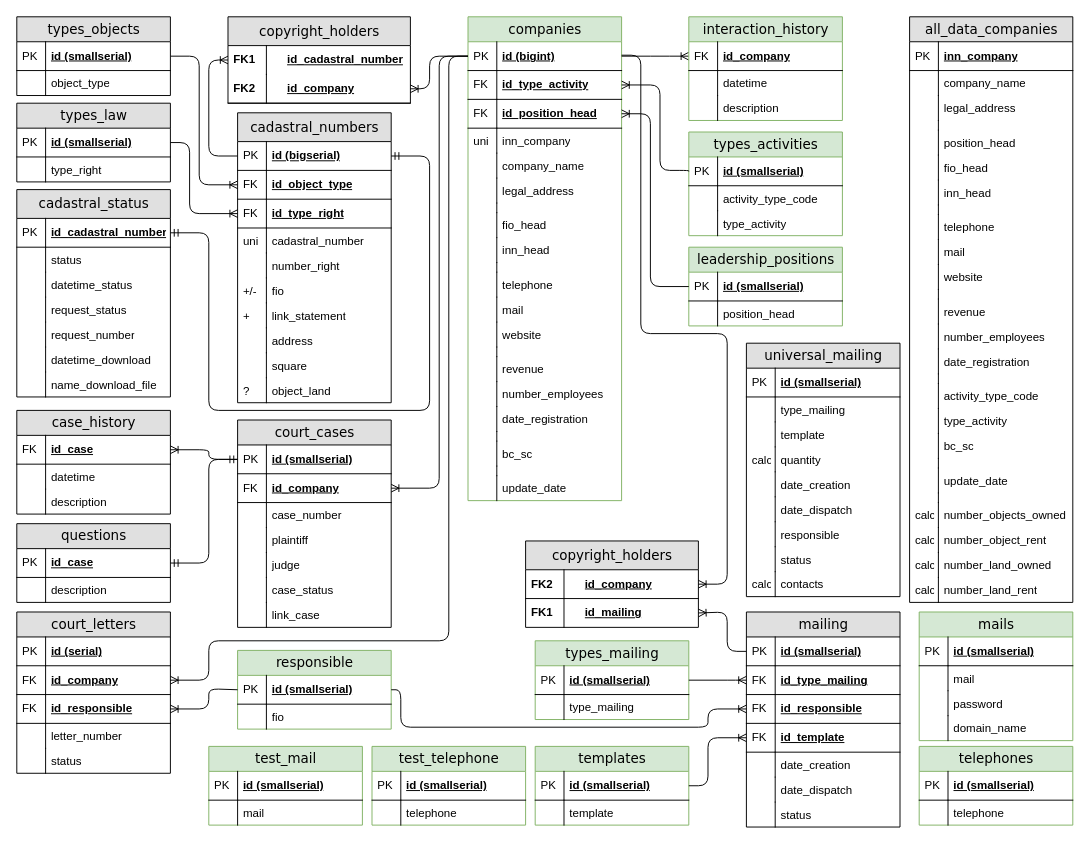
meadowse/factorial keeps this draw.io diagram as Диаграмма без названия.drawio. Above is the earlier version. Source tidied: cells renumbered, new cells numbered last; positions are measured from the earlier drawing's top-left corner, leaving out a move shared by most shapes. Both pictures are drawn from the tidied source at 96%, with x=0, y=0 at pixel (16, 16).
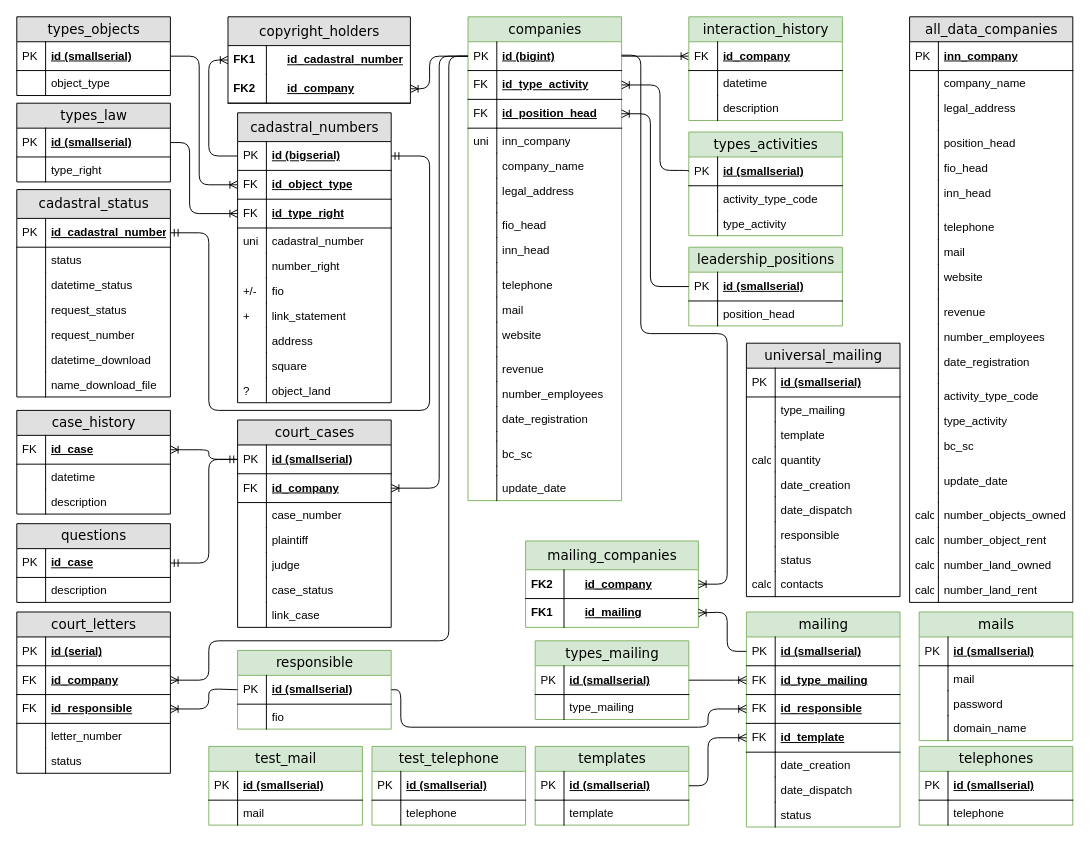
After the change.

What changed in the source:
```diff
@@
-    <mxCell id="238" value="mailing" style="swimlane;html=1;fontStyle=0;horizontal=1;startSize=26;fillColor=#e0e0e0;swimlaneFillColor=#ffffff;align=center;rounded=0;shadow=0;comic=0;labelBackgroundColor=none;strokeWidth=1;fontFamily=Verdana;fontSize=14;" parent="1" vertex="1">
+    <mxCell id="238" value="mailing" style="swimlane;html=1;fontStyle=0;horizontal=1;startSize=26;fillColor=#d5e8d4;swimlaneFillColor=#ffffff;align=center;rounded=0;shadow=0;comic=0;labelBackgroundColor=none;strokeWidth=1;fontFamily=Verdana;fontSize=14;strokeColor=#82b366;" parent="1" vertex="1">
       <mxGeometry x="760" y="620" width="160" height="224" as="geometry" />
     </mxCell>
@@
-    <mxCell id="266" value="copyright_holders" style="swimlane;html=1;fontStyle=0;horizontal=1;startSize=30;fillColor=#e0e0e0;swimlaneFillColor=#ffffff;align=center;rounded=0;shadow=0;comic=0;labelBackgroundColor=none;strokeWidth=1;fontFamily=Verdana;fontSize=14;" parent="1" vertex="1">
+    <mxCell id="266" value="mailing_companies" style="swimlane;html=1;fontStyle=0;horizontal=1;startSize=30;fillColor=#d5e8d4;swimlaneFillColor=#ffffff;align=center;rounded=0;shadow=0;comic=0;labelBackgroundColor=none;strokeWidth=1;fontFamily=Verdana;fontSize=14;strokeColor=#82b366;" parent="1" vertex="1">
       <mxGeometry x="530" y="546" width="180" height="90" as="geometry" />
     </mxCell>
```
